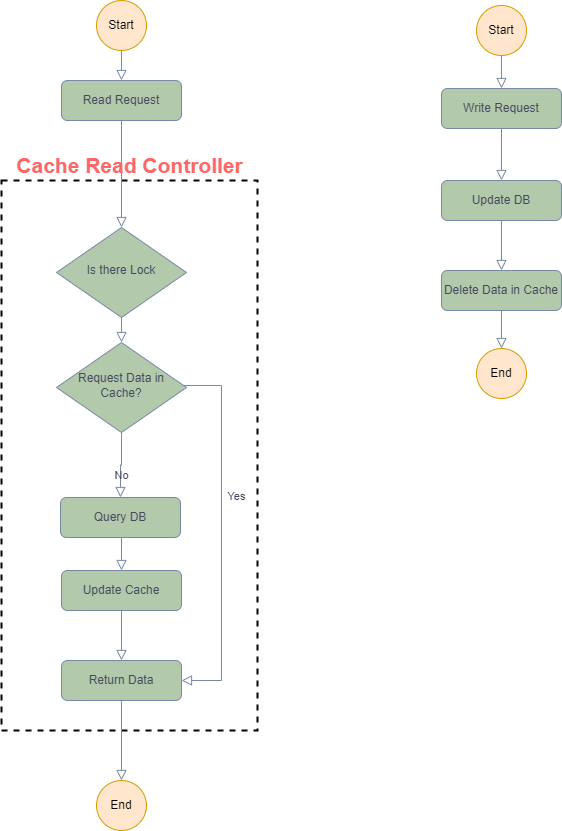
The draw.io diagram static/img/Read-through.drawio.png in R0NGSH3N/r0ngsh3n.github.io, before a commit. Source tidied: cells renumbered, new cells last; positions are measured from the earlier drawing's top-left corner, leaving out a move shared by most shapes. The source it was exported from:
```xml
<mxGraphModel>
  <root>
    <mxCell id="0" />
    <mxCell id="1" parent="0" />
    <mxCell id="2" style="rounded=0;whiteSpace=wrap;html=1;fillColor=none;strokeWidth=2;dashed=1;" parent="1" vertex="1">
      <mxGeometry y="180" width="256" height="550" as="geometry" />
    </mxCell>
    <mxCell id="3" style="rounded=0;html=1;jettySize=auto;fontSize=11;endArrow=block;endFill=0;endSize=8;strokeWidth=1;shadow=0;labelBackgroundColor=none;edgeStyle=orthogonalEdgeStyle;strokeColor=#788AA3;fontColor=#46495D;" parent="1" edge="1" source="4" target="27">
      <mxGeometry relative="1" as="geometry" />
    </mxCell>
    <mxCell id="4" value="Read Request" style="rounded=1;whiteSpace=wrap;html=1;fontSize=12;glass=0;strokeWidth=1;shadow=0;fillColor=#B2C9AB;strokeColor=#788AA3;fontColor=#46495D;" parent="1" vertex="1">
      <mxGeometry x="60" y="80" width="120" height="40" as="geometry" />
    </mxCell>
    <mxCell id="5" value="Yes" style="rounded=0;html=1;jettySize=auto;fontSize=11;endArrow=block;endFill=0;endSize=8;strokeWidth=1;shadow=0;labelBackgroundColor=none;edgeStyle=orthogonalEdgeStyle;strokeColor=#788AA3;fontColor=#46495D;entryX=1;entryY=0.5;entryDx=0;entryDy=0;" parent="1" edge="1" source="7" target="11">
      <mxGeometry x="-0.2" y="15" relative="1" as="geometry">
        <Array as="points">
          <mxPoint x="220" y="385" />
          <mxPoint x="220" y="680" />
        </Array>
      </mxGeometry>
    </mxCell>
    <mxCell id="6" value="No" style="edgeStyle=orthogonalEdgeStyle;rounded=0;html=1;jettySize=auto;fontSize=11;endArrow=block;endFill=0;endSize=8;strokeWidth=1;shadow=0;labelBackgroundColor=none;strokeColor=#788AA3;fontColor=#46495D;" parent="1" edge="1" source="7" target="9">
      <mxGeometry y="10" relative="1" as="geometry" />
    </mxCell>
    <mxCell id="7" value="Request Data in Cache?" style="rhombus;whiteSpace=wrap;html=1;shadow=0;fontFamily=Helvetica;fontSize=12;align=center;strokeWidth=1;spacing=6;spacingTop=-4;fillColor=#B2C9AB;strokeColor=#788AA3;fontColor=#46495D;" parent="1" vertex="1">
      <mxGeometry x="55" y="342" width="130" height="90" as="geometry" />
    </mxCell>
    <mxCell id="8" style="edgeStyle=orthogonalEdgeStyle;curved=0;rounded=0;sketch=0;jettySize=auto;html=1;exitX=0.5;exitY=1;exitDx=0;exitDy=0;entryX=0.5;entryY=0;entryDx=0;entryDy=0;fontColor=#46495D;strokeColor=#788AA3;fillColor=#B2C9AB;labelBackgroundColor=none;endArrow=block;endFill=0;endSize=8;strokeWidth=1;shadow=0;" parent="1" edge="1" source="9" target="13">
      <mxGeometry relative="1" as="geometry" />
    </mxCell>
    <mxCell id="9" value="Query DB" style="rounded=1;whiteSpace=wrap;html=1;fontSize=12;glass=0;strokeWidth=1;shadow=0;fillColor=#B2C9AB;strokeColor=#788AA3;fontColor=#46495D;" parent="1" vertex="1">
      <mxGeometry x="59" y="497" width="120" height="40" as="geometry" />
    </mxCell>
    <mxCell id="10" style="edgeStyle=orthogonalEdgeStyle;curved=0;rounded=0;sketch=0;jettySize=auto;html=1;exitX=0.5;exitY=1;exitDx=0;exitDy=0;entryX=0.5;entryY=0;entryDx=0;entryDy=0;fontColor=#46495D;strokeColor=#788AA3;fillColor=#B2C9AB;labelBackgroundColor=none;endArrow=block;endFill=0;endSize=8;strokeWidth=1;shadow=0;" parent="1" edge="1" source="11" target="16">
      <mxGeometry relative="1" as="geometry" />
    </mxCell>
    <mxCell id="11" value="Return Data" style="rounded=1;whiteSpace=wrap;html=1;fontSize=12;glass=0;strokeWidth=1;shadow=0;fillColor=#B2C9AB;strokeColor=#788AA3;fontColor=#46495D;" parent="1" vertex="1">
      <mxGeometry x="60" y="660" width="120" height="40" as="geometry" />
    </mxCell>
    <mxCell id="12" style="edgeStyle=orthogonalEdgeStyle;curved=0;rounded=0;sketch=0;jettySize=auto;html=1;exitX=0.5;exitY=1;exitDx=0;exitDy=0;entryX=0.5;entryY=0;entryDx=0;entryDy=0;fontColor=#46495D;strokeColor=#788AA3;fillColor=#B2C9AB;labelBackgroundColor=none;endArrow=block;endFill=0;endSize=8;strokeWidth=1;shadow=0;" parent="1" edge="1" source="13" target="11">
      <mxGeometry relative="1" as="geometry" />
    </mxCell>
    <mxCell id="13" value="Update Cache" style="rounded=1;whiteSpace=wrap;html=1;fontSize=12;glass=0;strokeWidth=1;shadow=0;fillColor=#B2C9AB;strokeColor=#788AA3;fontColor=#46495D;" parent="1" vertex="1">
      <mxGeometry x="60" y="570" width="120" height="40" as="geometry" />
    </mxCell>
    <mxCell id="14" style="edgeStyle=orthogonalEdgeStyle;curved=0;rounded=0;sketch=0;jettySize=auto;html=1;exitX=0.5;exitY=1;exitDx=0;exitDy=0;entryX=0.5;entryY=0;entryDx=0;entryDy=0;fontColor=#46495D;strokeColor=#788AA3;fillColor=#B2C9AB;labelBackgroundColor=none;endArrow=block;endFill=0;endSize=8;strokeWidth=1;shadow=0;" parent="1" edge="1" source="15" target="4">
      <mxGeometry relative="1" as="geometry" />
    </mxCell>
    <mxCell id="15" value="Start" style="ellipse;whiteSpace=wrap;html=1;rounded=0;sketch=0;strokeColor=#d79b00;fillColor=#ffe6cc;" parent="1" vertex="1">
      <mxGeometry x="95" width="50" height="50" as="geometry" />
    </mxCell>
    <mxCell id="16" value="End" style="ellipse;whiteSpace=wrap;html=1;rounded=0;sketch=0;strokeColor=#d79b00;fillColor=#ffe6cc;" parent="1" vertex="1">
      <mxGeometry x="95" y="780" width="50" height="50" as="geometry" />
    </mxCell>
    <mxCell id="17" style="rounded=0;html=1;jettySize=auto;fontSize=11;endArrow=block;endFill=0;endSize=8;strokeWidth=1;shadow=0;labelBackgroundColor=none;edgeStyle=orthogonalEdgeStyle;strokeColor=#788AA3;fontColor=#46495D;entryX=0.5;entryY=0;entryDx=0;entryDy=0;" parent="1" edge="1" source="18" target="22">
      <mxGeometry relative="1" as="geometry" />
    </mxCell>
    <mxCell id="18" value="Write Request" style="rounded=1;whiteSpace=wrap;html=1;fontSize=12;glass=0;strokeWidth=1;shadow=0;fillColor=#B2C9AB;strokeColor=#788AA3;fontColor=#46495D;" parent="1" vertex="1">
      <mxGeometry x="440" y="88" width="120" height="40" as="geometry" />
    </mxCell>
    <mxCell id="19" style="edgeStyle=orthogonalEdgeStyle;curved=0;rounded=0;sketch=0;jettySize=auto;html=1;exitX=0.5;exitY=1;exitDx=0;exitDy=0;entryX=0.5;entryY=0;entryDx=0;entryDy=0;fontColor=#46495D;strokeColor=#788AA3;fillColor=#B2C9AB;labelBackgroundColor=none;endArrow=block;endFill=0;endSize=8;strokeWidth=1;shadow=0;" parent="1" edge="1" source="20" target="25">
      <mxGeometry relative="1" as="geometry" />
    </mxCell>
    <mxCell id="20" value="Delete Data in Cache" style="rounded=1;whiteSpace=wrap;html=1;fontSize=12;glass=0;strokeWidth=1;shadow=0;fillColor=#B2C9AB;strokeColor=#788AA3;fontColor=#46495D;" parent="1" vertex="1">
      <mxGeometry x="440" y="270" width="120" height="40" as="geometry" />
    </mxCell>
    <mxCell id="21" style="edgeStyle=orthogonalEdgeStyle;curved=0;rounded=0;sketch=0;jettySize=auto;html=1;exitX=0.5;exitY=1;exitDx=0;exitDy=0;entryX=0.5;entryY=0;entryDx=0;entryDy=0;fontColor=#46495D;strokeColor=#788AA3;fillColor=#B2C9AB;labelBackgroundColor=none;endArrow=block;endFill=0;endSize=8;strokeWidth=1;shadow=0;" parent="1" edge="1" source="22" target="20">
      <mxGeometry relative="1" as="geometry" />
    </mxCell>
    <mxCell id="22" value="Update DB" style="rounded=1;whiteSpace=wrap;html=1;fontSize=12;glass=0;strokeWidth=1;shadow=0;fillColor=#B2C9AB;strokeColor=#788AA3;fontColor=#46495D;" parent="1" vertex="1">
      <mxGeometry x="440" y="180" width="120" height="40" as="geometry" />
    </mxCell>
    <mxCell id="23" style="edgeStyle=orthogonalEdgeStyle;curved=0;rounded=0;sketch=0;jettySize=auto;html=1;exitX=0.5;exitY=1;exitDx=0;exitDy=0;entryX=0.5;entryY=0;entryDx=0;entryDy=0;fontColor=#46495D;strokeColor=#788AA3;fillColor=#B2C9AB;labelBackgroundColor=none;endArrow=block;endFill=0;endSize=8;strokeWidth=1;shadow=0;" parent="1" edge="1" source="24" target="18">
      <mxGeometry relative="1" as="geometry" />
    </mxCell>
    <mxCell id="24" value="Start" style="ellipse;whiteSpace=wrap;html=1;rounded=0;sketch=0;strokeColor=#d79b00;fillColor=#ffe6cc;" parent="1" vertex="1">
      <mxGeometry x="475" y="5" width="50" height="50" as="geometry" />
    </mxCell>
    <mxCell id="25" value="End" style="ellipse;whiteSpace=wrap;html=1;rounded=0;sketch=0;strokeColor=#d79b00;fillColor=#ffe6cc;" parent="1" vertex="1">
      <mxGeometry x="475" y="348" width="50" height="50" as="geometry" />
    </mxCell>
    <mxCell id="26" style="edgeStyle=orthogonalEdgeStyle;rounded=0;jettySize=auto;html=1;exitX=0.5;exitY=1;exitDx=0;exitDy=0;entryX=0.5;entryY=0;entryDx=0;entryDy=0;labelBackgroundColor=none;endArrow=block;strokeColor=#788AA3;fontColor=#46495D;endFill=0;endSize=8;strokeWidth=1;shadow=0;" parent="1" edge="1" source="27" target="7">
      <mxGeometry relative="1" as="geometry" />
    </mxCell>
    <mxCell id="27" value="Is there Lock" style="rhombus;whiteSpace=wrap;html=1;shadow=0;fontFamily=Helvetica;fontSize=12;align=center;strokeWidth=1;spacing=6;spacingTop=-4;fillColor=#B2C9AB;strokeColor=#788AA3;fontColor=#46495D;" parent="1" vertex="1">
      <mxGeometry x="55" y="227" width="130" height="90" as="geometry" />
    </mxCell>
    <mxCell id="28" value="Cache Read Controller" style="text;html=1;align=center;verticalAlign=middle;fillColor=none;strokeColor=none;rounded=0;dashed=1;fontSize=21;fontStyle=1;fontColor=#FF6666;" parent="1" vertex="1">
      <mxGeometry x="8" y="150" width="240" height="30" as="geometry" />
    </mxCell>
  </root>
</mxGraphModel>
```
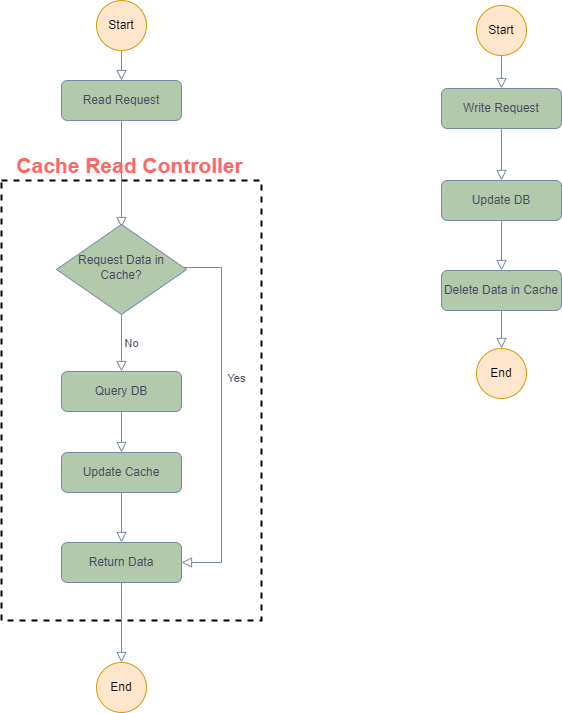
The same diagram one commit later.

Diff of the diagram source:
```diff
@@ -3,10 +3,12 @@
     <mxCell id="0" />
     <mxCell id="1" parent="0" />
     <mxCell id="2" style="rounded=0;whiteSpace=wrap;html=1;fillColor=none;strokeWidth=2;dashed=1;" parent="1" vertex="1">
-      <mxGeometry y="180" width="256" height="550" as="geometry" />
+      <mxGeometry y="180" width="260" height="440" as="geometry" />
     </mxCell>
-    <mxCell id="3" style="rounded=0;html=1;jettySize=auto;fontSize=11;endArrow=block;endFill=0;endSize=8;strokeWidth=1;shadow=0;labelBackgroundColor=none;edgeStyle=orthogonalEdgeStyle;strokeColor=#788AA3;fontColor=#46495D;" parent="1" edge="1" source="4" target="27">
-      <mxGeometry relative="1" as="geometry" />
+    <mxCell id="3" style="rounded=0;html=1;jettySize=auto;fontSize=11;endArrow=block;endFill=0;endSize=8;strokeWidth=1;shadow=0;labelBackgroundColor=none;edgeStyle=orthogonalEdgeStyle;strokeColor=#788AA3;fontColor=#46495D;" parent="1" edge="1" source="4">
+      <mxGeometry relative="1" as="geometry">
+        <mxPoint x="120" y="227" as="targetPoint" />
+      </mxGeometry>
     </mxCell>
     <mxCell id="4" value="Read Request" style="rounded=1;whiteSpace=wrap;html=1;fontSize=12;glass=0;strokeWidth=1;shadow=0;fillColor=#B2C9AB;strokeColor=#788AA3;fontColor=#46495D;" parent="1" vertex="1">
       <mxGeometry x="60" y="80" width="120" height="40" as="geometry" />
@@ -14,8 +16,8 @@
     <mxCell id="5" value="Yes" style="rounded=0;html=1;jettySize=auto;fontSize=11;endArrow=block;endFill=0;endSize=8;strokeWidth=1;shadow=0;labelBackgroundColor=none;edgeStyle=orthogonalEdgeStyle;strokeColor=#788AA3;fontColor=#46495D;entryX=1;entryY=0.5;entryDx=0;entryDy=0;" parent="1" edge="1" source="7" target="11">
       <mxGeometry x="-0.2" y="15" relative="1" as="geometry">
         <Array as="points">
-          <mxPoint x="220" y="385" />
-          <mxPoint x="220" y="680" />
+          <mxPoint x="220" y="267" />
+          <mxPoint x="220" y="562" />
         </Array>
       </mxGeometry>
     </mxCell>
@@ -23,25 +25,25 @@
       <mxGeometry y="10" relative="1" as="geometry" />
     </mxCell>
     <mxCell id="7" value="Request Data in Cache?" style="rhombus;whiteSpace=wrap;html=1;shadow=0;fontFamily=Helvetica;fontSize=12;align=center;strokeWidth=1;spacing=6;spacingTop=-4;fillColor=#B2C9AB;strokeColor=#788AA3;fontColor=#46495D;" parent="1" vertex="1">
-      <mxGeometry x="55" y="342" width="130" height="90" as="geometry" />
+      <mxGeometry x="55" y="224" width="130" height="90" as="geometry" />
     </mxCell>
     <mxCell id="8" style="edgeStyle=orthogonalEdgeStyle;curved=0;rounded=0;sketch=0;jettySize=auto;html=1;exitX=0.5;exitY=1;exitDx=0;exitDy=0;entryX=0.5;entryY=0;entryDx=0;entryDy=0;fontColor=#46495D;strokeColor=#788AA3;fillColor=#B2C9AB;labelBackgroundColor=none;endArrow=block;endFill=0;endSize=8;strokeWidth=1;shadow=0;" parent="1" edge="1" source="9" target="13">
       <mxGeometry relative="1" as="geometry" />
     </mxCell>
     <mxCell id="9" value="Query DB" style="rounded=1;whiteSpace=wrap;html=1;fontSize=12;glass=0;strokeWidth=1;shadow=0;fillColor=#B2C9AB;strokeColor=#788AA3;fontColor=#46495D;" parent="1" vertex="1">
-      <mxGeometry x="59" y="497" width="120" height="40" as="geometry" />
+      <mxGeometry x="60" y="371" width="120" height="40" as="geometry" />
     </mxCell>
     <mxCell id="10" style="edgeStyle=orthogonalEdgeStyle;curved=0;rounded=0;sketch=0;jettySize=auto;html=1;exitX=0.5;exitY=1;exitDx=0;exitDy=0;entryX=0.5;entryY=0;entryDx=0;entryDy=0;fontColor=#46495D;strokeColor=#788AA3;fillColor=#B2C9AB;labelBackgroundColor=none;endArrow=block;endFill=0;endSize=8;strokeWidth=1;shadow=0;" parent="1" edge="1" source="11" target="16">
       <mxGeometry relative="1" as="geometry" />
     </mxCell>
     <mxCell id="11" value="Return Data" style="rounded=1;whiteSpace=wrap;html=1;fontSize=12;glass=0;strokeWidth=1;shadow=0;fillColor=#B2C9AB;strokeColor=#788AA3;fontColor=#46495D;" parent="1" vertex="1">
-      <mxGeometry x="60" y="660" width="120" height="40" as="geometry" />
+      <mxGeometry x="60" y="542" width="120" height="40" as="geometry" />
     </mxCell>
     <mxCell id="12" style="edgeStyle=orthogonalEdgeStyle;curved=0;rounded=0;sketch=0;jettySize=auto;html=1;exitX=0.5;exitY=1;exitDx=0;exitDy=0;entryX=0.5;entryY=0;entryDx=0;entryDy=0;fontColor=#46495D;strokeColor=#788AA3;fillColor=#B2C9AB;labelBackgroundColor=none;endArrow=block;endFill=0;endSize=8;strokeWidth=1;shadow=0;" parent="1" edge="1" source="13" target="11">
       <mxGeometry relative="1" as="geometry" />
     </mxCell>
     <mxCell id="13" value="Update Cache" style="rounded=1;whiteSpace=wrap;html=1;fontSize=12;glass=0;strokeWidth=1;shadow=0;fillColor=#B2C9AB;strokeColor=#788AA3;fontColor=#46495D;" parent="1" vertex="1">
-      <mxGeometry x="60" y="570" width="120" height="40" as="geometry" />
+      <mxGeometry x="60" y="452" width="120" height="40" as="geometry" />
     </mxCell>
     <mxCell id="14" style="edgeStyle=orthogonalEdgeStyle;curved=0;rounded=0;sketch=0;jettySize=auto;html=1;exitX=0.5;exitY=1;exitDx=0;exitDy=0;entryX=0.5;entryY=0;entryDx=0;entryDy=0;fontColor=#46495D;strokeColor=#788AA3;fillColor=#B2C9AB;labelBackgroundColor=none;endArrow=block;endFill=0;endSize=8;strokeWidth=1;shadow=0;" parent="1" edge="1" source="15" target="4">
       <mxGeometry relative="1" as="geometry" />
@@ -50,7 +52,7 @@
       <mxGeometry x="95" width="50" height="50" as="geometry" />
     </mxCell>
     <mxCell id="16" value="End" style="ellipse;whiteSpace=wrap;html=1;rounded=0;sketch=0;strokeColor=#d79b00;fillColor=#ffe6cc;" parent="1" vertex="1">
-      <mxGeometry x="95" y="780" width="50" height="50" as="geometry" />
+      <mxGeometry x="95" y="662" width="50" height="50" as="geometry" />
     </mxCell>
     <mxCell id="17" style="rounded=0;html=1;jettySize=auto;fontSize=11;endArrow=block;endFill=0;endSize=8;strokeWidth=1;shadow=0;labelBackgroundColor=none;edgeStyle=orthogonalEdgeStyle;strokeColor=#788AA3;fontColor=#46495D;entryX=0.5;entryY=0;entryDx=0;entryDy=0;" parent="1" edge="1" source="18" target="22">
       <mxGeometry relative="1" as="geometry" />
@@ -79,12 +81,6 @@
     <mxCell id="25" value="End" style="ellipse;whiteSpace=wrap;html=1;rounded=0;sketch=0;strokeColor=#d79b00;fillColor=#ffe6cc;" parent="1" vertex="1">
       <mxGeometry x="475" y="348" width="50" height="50" as="geometry" />
     </mxCell>
-    <mxCell id="26" style="edgeStyle=orthogonalEdgeStyle;rounded=0;jettySize=auto;html=1;exitX=0.5;exitY=1;exitDx=0;exitDy=0;entryX=0.5;entryY=0;entryDx=0;entryDy=0;labelBackgroundColor=none;endArrow=block;strokeColor=#788AA3;fontColor=#46495D;endFill=0;endSize=8;strokeWidth=1;shadow=0;" parent="1" edge="1" source="27" target="7">
-      <mxGeometry relative="1" as="geometry" />
-    </mxCell>
-    <mxCell id="27" value="Is there Lock" style="rhombus;whiteSpace=wrap;html=1;shadow=0;fontFamily=Helvetica;fontSize=12;align=center;strokeWidth=1;spacing=6;spacingTop=-4;fillColor=#B2C9AB;strokeColor=#788AA3;fontColor=#46495D;" parent="1" vertex="1">
-      <mxGeometry x="55" y="227" width="130" height="90" as="geometry" />
-    </mxCell>
     <mxCell id="28" value="Cache Read Controller" style="text;html=1;align=center;verticalAlign=middle;fillColor=none;strokeColor=none;rounded=0;dashed=1;fontSize=21;fontStyle=1;fontColor=#FF6666;" parent="1" vertex="1">
       <mxGeometry x="8" y="150" width="240" height="30" as="geometry" />
     </mxCell>
```
